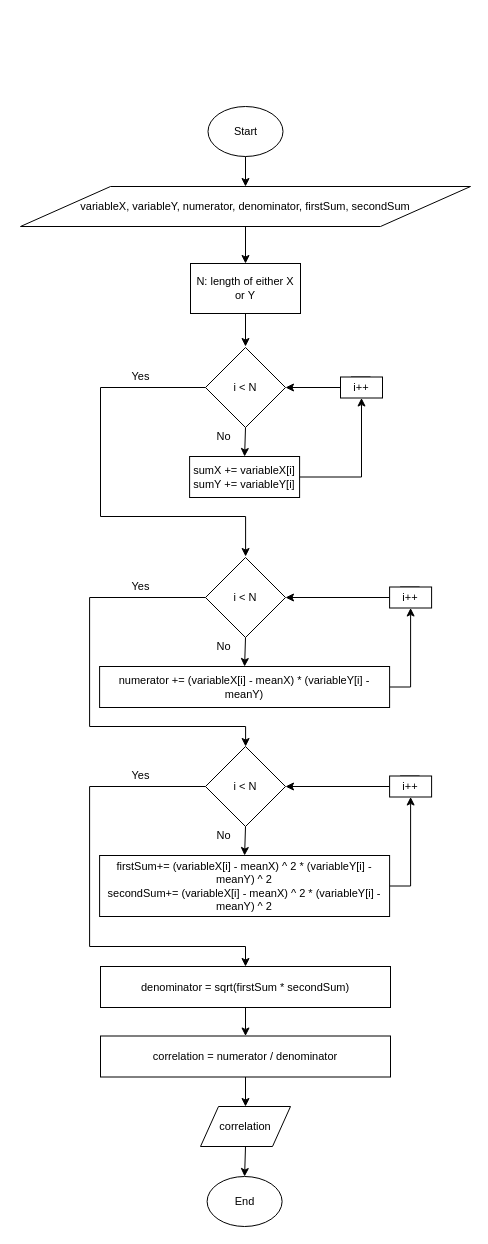
This is src/Session2/Exercise/Modeling.drawio from eslamalaaeddin/AlgorithmsAnalysisAndDesignFromScratch, a draw.io file, before an edit. Source tidied: cells renumbered, new cells numbered last; positions are measured from the earlier drawing's top-left corner, leaving out a move shared by most shapes. Both pictures are drawn from the tidied source at 100%, with x=0, y=0 at pixel (20, 106).
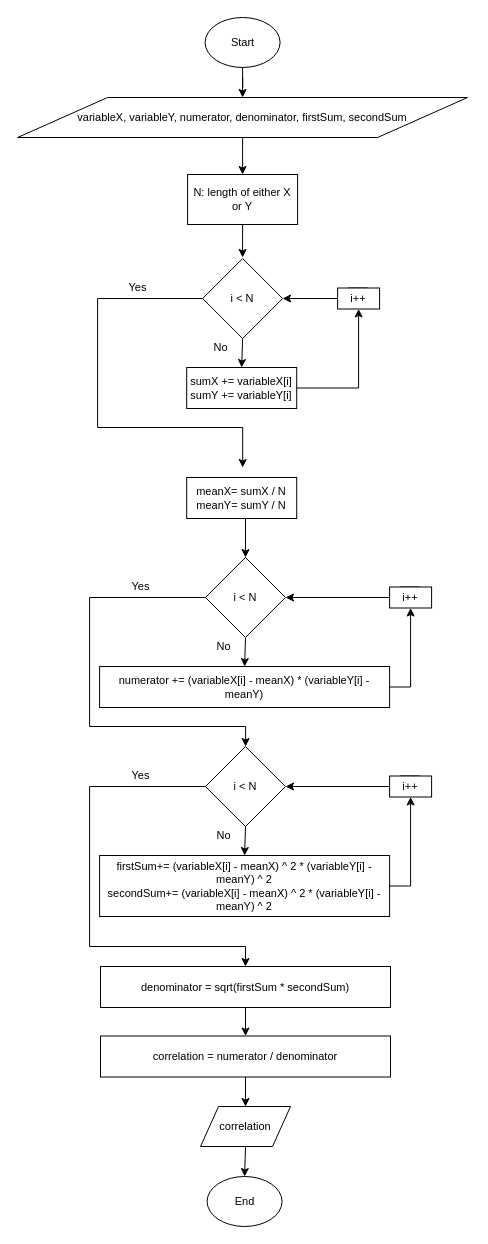
The same page after the edit.

Commit message (it also covers changes not shown here):
Fix - Adding Mean Calculation In Flow Chart

The change refers to these unchanged cells:
```xml
<mxCell id="20" value="i &amp;lt; N" style="rhombus;whiteSpace=wrap;html=1;fontSize=11;" parent="1" vertex="1">
  <mxGeometry x="185" y="451" width="80" height="80" as="geometry" />
</mxCell>
```

The edit, as a diff of the source:
```diff
@@
     <mxCell id="2" value="variableX, variableY, numerator, denominator, firstSum, secondSum" style="shape=parallelogram;perimeter=parallelogramPerimeter;whiteSpace=wrap;html=1;fontSize=11;" parent="1" vertex="1">
-      <mxGeometry y="80" width="450" height="40" as="geometry" />
+      <mxGeometry x="-2.9" y="-9" width="450" height="40" as="geometry" />
     </mxCell>
@@
     <mxCell id="4" value="Start" style="ellipse;whiteSpace=wrap;html=1;fontSize=11;" parent="1" vertex="1">
-      <mxGeometry x="187.5" width="75" height="50" as="geometry" />
+      <mxGeometry x="184.6" y="-89" width="75" height="50" as="geometry" />
     </mxCell>
     <mxCell id="5" style="edgeStyle=orthogonalEdgeStyle;rounded=0;jettySize=auto;html=1;exitX=0.5;exitY=1;exitDx=0;exitDy=0;fontSize=11;" parent="1" edge="1" source="6">
       <mxGeometry relative="1" as="geometry">
-        <mxPoint x="225" y="240" as="targetPoint" />
+        <mxPoint x="222.1" y="151" as="targetPoint" />
       </mxGeometry>
     </mxCell>
     <mxCell id="6" value="N: length of either X or Y" style="rounded=0;whiteSpace=wrap;html=1;fontSize=11;" parent="1" vertex="1">
-      <mxGeometry x="170" y="157" width="110" height="50" as="geometry" />
+      <mxGeometry x="167.1" y="68" width="110" height="50" as="geometry" />
     </mxCell>
@@
     <mxCell id="9" style="edgeStyle=orthogonalEdgeStyle;rounded=0;jettySize=auto;html=1;fontSize=11;" parent="1" edge="1" source="10">
       <mxGeometry relative="1" as="geometry">
-        <mxPoint x="225.1" y="450" as="targetPoint" />
+        <mxPoint x="222.2" y="361" as="targetPoint" />
         <Array as="points">
-          <mxPoint x="80" y="281" />
-          <mxPoint x="80" y="410" />
-          <mxPoint x="225" y="410" />
+          <mxPoint x="77.1" y="192" />
+          <mxPoint x="77.1" y="321" />
+          <mxPoint x="222.1" y="321" />
         </Array>
       </mxGeometry>
     </mxCell>
     <mxCell id="10" value="i &amp;lt; N" style="rhombus;whiteSpace=wrap;html=1;fontSize=11;" parent="1" vertex="1">
-      <mxGeometry x="185" y="241" width="80" height="80" as="geometry" />
+      <mxGeometry x="182.1" y="152" width="80" height="80" as="geometry" />
     </mxCell>
@@
     <mxCell id="12" value="sumX += variableX[i]&lt;br&gt;sumY += variableY[i]" style="rounded=0;whiteSpace=wrap;html=1;fontSize=11;" parent="1" vertex="1">
-      <mxGeometry x="169.1" y="350" width="110" height="41" as="geometry" />
+      <mxGeometry x="166.2" y="261" width="110" height="41" as="geometry" />
     </mxCell>
@@
     <mxCell id="14" style="edgeStyle=orthogonalEdgeStyle;rounded=0;jettySize=auto;html=1;exitX=0.25;exitY=0;exitDx=0;exitDy=0;fontSize=11;" parent="1" edge="1" source="15">
       <mxGeometry relative="1" as="geometry">
-        <mxPoint x="350" y="280" as="targetPoint" />
+        <mxPoint x="347.1" y="191" as="targetPoint" />
       </mxGeometry>
     </mxCell>
     <mxCell id="15" value="i++" style="rounded=0;whiteSpace=wrap;html=1;fontSize=11;" parent="1" vertex="1">
-      <mxGeometry x="320" y="270.5" width="42" height="21" as="geometry" />
+      <mxGeometry x="317.1" y="181.5" width="42" height="21" as="geometry" />
     </mxCell>
     <mxCell id="16" value="Yes" style="text;html=1;align=center;verticalAlign=middle;fontSize=11;" parent="1" vertex="1">
-      <mxGeometry x="105" y="260" width="30" height="20" as="geometry" />
+      <mxGeometry x="102.1" y="171" width="30" height="20" as="geometry" />
     </mxCell>
     <mxCell id="17" value="No" style="text;html=1;align=center;verticalAlign=middle;fontSize=11;" parent="1" vertex="1">
-      <mxGeometry x="187.5" y="320" width="30" height="20" as="geometry" />
+      <mxGeometry x="184.6" y="231" width="30" height="20" as="geometry" />
     </mxCell>
@@
+    <mxCell id="45" style="edgeStyle=orthogonalEdgeStyle;rounded=0;jettySize=auto;html=1;exitX=0.5;exitY=1;exitDx=0;exitDy=0;entryX=0.5;entryY=0;entryDx=0;entryDy=0;fontSize=11;" parent="1" edge="1" source="46" target="20">
+      <mxGeometry relative="1" as="geometry" />
+    </mxCell>
+    <mxCell id="46" value="meanX= sumX / N&lt;br&gt;meanY= sumY / N" style="rounded=0;whiteSpace=wrap;html=1;fontSize=11;" parent="1" vertex="1">
+      <mxGeometry x="166.2" y="371" width="110" height="41" as="geometry" />
+    </mxCell>
```
